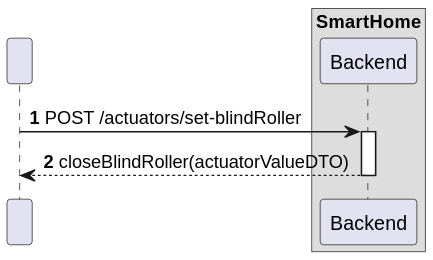
Above: docs/C4_4plus1_models/Level2/ProcessView/ProcessViewLevel2_UC16_v1.svg in moutajDev/smarthome (PlantUML), before the change.
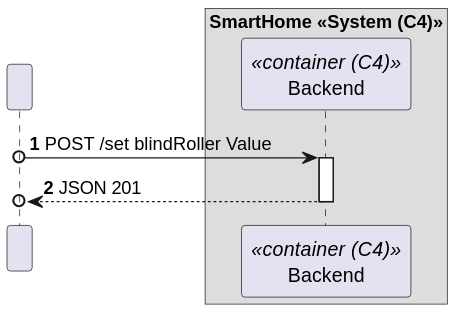
The same diagram one commit later.

What changed in the source:
```diff
@@ -4,13 +4,13 @@
 autonumber
 
     participant " " as HTTP
-    box SmartHome
-    participant Backend as BE
+    box "SmartHome <<System (C4)>>"
+    participant Backend as BE<<container (C4)>>
     end box
 
-HTTP -> BE : POST /actuators/set-blindRoller
+HTTP o-> BE : POST /set blindRoller Value
 activate BE
 
-BE --> HTTP : closeBlindRoller(actuatorValueDTO)
+BE -->o HTTP : JSON 201
 deactivate BE
 @enduml
```
